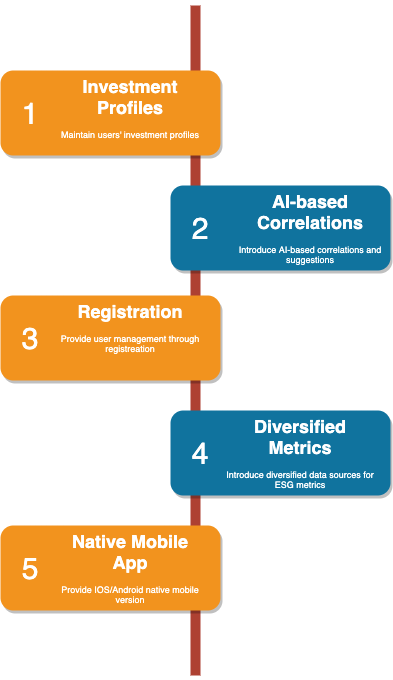
This is docs/roadmap.png from corentinthomasset/call-for-code-2021, a draw.io export, as it was before one commit. Source tidied: cells renumbered, new cells last; positions are measured from the earlier drawing's top-left corner, leaving out a move shared by most shapes. The source it was exported from:
```xml
<mxGraphModel>
  <root>
    <mxCell id="0" />
    <mxCell id="1" parent="0" />
    <mxCell id="2" style="line;strokeWidth=10;direction=south;html=1;fillColor=none;fontSize=13;fontColor=#000000;align=center;strokeColor=#AE4132;" parent="1" vertex="1">
      <mxGeometry x="190" width="10" height="670" as="geometry" />
    </mxCell>
    <mxCell id="3" style="rounded=1;whiteSpace=wrap;html=1;strokeColor=none;strokeWidth=1;fillColor=#F2931E;fontSize=13;fontColor=#FFFFFF;align=center;gradientColor=none;gradientDirection=east;verticalAlign=top;shadow=1;" parent="1" vertex="1">
      <mxGeometry y="65" width="220" height="85" as="geometry" />
    </mxCell>
    <mxCell id="4" value="1" style="text;html=1;strokeColor=none;fillColor=none;align=center;verticalAlign=middle;whiteSpace=wrap;fontSize=30;fontColor=#FFFFFF;" parent="1" vertex="1">
      <mxGeometry x="10" y="98" width="40" height="20" as="geometry" />
    </mxCell>
    <mxCell id="5" style="rounded=1;whiteSpace=wrap;html=1;strokeColor=none;strokeWidth=1;fillColor=#10739E;fontSize=13;fontColor=#FFFFFF;align=center;gradientColor=none;gradientDirection=east;verticalAlign=top;shadow=1;" parent="1" vertex="1">
      <mxGeometry x="170" y="180" width="220" height="85" as="geometry" />
    </mxCell>
    <mxCell id="6" value="2" style="text;html=1;strokeColor=none;fillColor=none;align=center;verticalAlign=middle;whiteSpace=wrap;fontSize=30;fontColor=#FFFFFF;" parent="1" vertex="1">
      <mxGeometry x="180" y="213" width="40" height="20" as="geometry" />
    </mxCell>
    <mxCell id="7" style="rounded=1;whiteSpace=wrap;html=1;strokeColor=none;strokeWidth=1;fillColor=#F2931E;fontSize=13;fontColor=#FFFFFF;align=center;gradientColor=none;gradientDirection=east;verticalAlign=top;shadow=1;" parent="1" vertex="1">
      <mxGeometry y="290" width="220" height="85" as="geometry" />
    </mxCell>
    <mxCell id="8" value="3" style="text;html=1;strokeColor=none;fillColor=none;align=center;verticalAlign=middle;whiteSpace=wrap;fontSize=30;fontColor=#FFFFFF;" parent="1" vertex="1">
      <mxGeometry x="10" y="323" width="40" height="20" as="geometry" />
    </mxCell>
    <mxCell id="9" style="rounded=1;whiteSpace=wrap;html=1;strokeColor=none;strokeWidth=1;fillColor=#10739E;fontSize=13;fontColor=#FFFFFF;align=center;gradientColor=none;gradientDirection=east;verticalAlign=top;shadow=1;" parent="1" vertex="1">
      <mxGeometry x="170" y="405" width="220" height="85" as="geometry" />
    </mxCell>
    <mxCell id="10" value="4" style="text;html=1;strokeColor=none;fillColor=none;align=center;verticalAlign=middle;whiteSpace=wrap;fontSize=30;fontColor=#FFFFFF;" parent="1" vertex="1">
      <mxGeometry x="180" y="438" width="40" height="20" as="geometry" />
    </mxCell>
    <mxCell id="11" style="rounded=1;whiteSpace=wrap;html=1;strokeColor=none;strokeWidth=1;fillColor=#F2931E;fontSize=13;fontColor=#FFFFFF;align=center;gradientColor=none;gradientDirection=east;verticalAlign=top;shadow=1;" parent="1" vertex="1">
      <mxGeometry y="520" width="220" height="85" as="geometry" />
    </mxCell>
    <mxCell id="12" value="5" style="text;html=1;strokeColor=none;fillColor=none;align=center;verticalAlign=middle;whiteSpace=wrap;fontSize=30;fontColor=#FFFFFF;" parent="1" vertex="1">
      <mxGeometry x="10" y="553" width="40" height="20" as="geometry" />
    </mxCell>
    <mxCell id="13" value="&lt;h1&gt;Investment Profiles&lt;/h1&gt;&lt;p&gt;Maintain users' investment profiles&lt;/p&gt;" style="text;html=1;spacing=5;spacingTop=-20;whiteSpace=wrap;overflow=hidden;strokeColor=none;strokeWidth=4;fillColor=none;gradientColor=#007FFF;fontSize=9;fontColor=#FFFFFF;align=center;" parent="1" vertex="1">
      <mxGeometry x="50" y="69" width="160" height="77" as="geometry" />
    </mxCell>
    <mxCell id="14" value="&lt;h1&gt;AI-based Correlations&lt;/h1&gt;&lt;p&gt;Introduce AI-based correlations and suggestions&lt;/p&gt;" style="text;html=1;spacing=5;spacingTop=-20;whiteSpace=wrap;overflow=hidden;strokeColor=none;strokeWidth=4;fillColor=none;gradientColor=#007FFF;fontSize=9;fontColor=#FFFFFF;align=center;" parent="1" vertex="1">
      <mxGeometry x="230" y="184" width="160" height="77" as="geometry" />
    </mxCell>
    <mxCell id="15" value="&lt;h1&gt;Registration&lt;/h1&gt;&lt;p&gt;Provide user management through registreation&lt;/p&gt;" style="text;html=1;spacing=5;spacingTop=-20;whiteSpace=wrap;overflow=hidden;strokeColor=none;strokeWidth=4;fillColor=none;gradientColor=#007FFF;fontSize=9;fontColor=#FFFFFF;align=center;" parent="1" vertex="1">
      <mxGeometry x="50" y="294" width="160" height="77" as="geometry" />
    </mxCell>
    <mxCell id="16" value="&lt;h1&gt;Diversified Metrics&lt;/h1&gt;&lt;p&gt;Introduce diversified data sources for ESG metrics&lt;/p&gt;" style="text;html=1;spacing=5;spacingTop=-20;whiteSpace=wrap;overflow=hidden;strokeColor=none;strokeWidth=4;fillColor=none;gradientColor=#007FFF;fontSize=9;fontColor=#FFFFFF;align=center;" parent="1" vertex="1">
      <mxGeometry x="220" y="409" width="160" height="77" as="geometry" />
    </mxCell>
    <mxCell id="17" value="&lt;h1&gt;Native Mobile App&lt;/h1&gt;&lt;p&gt;Provide IOS/Android native mobile version&lt;/p&gt;" style="text;html=1;spacing=5;spacingTop=-20;whiteSpace=wrap;overflow=hidden;strokeColor=none;strokeWidth=4;fillColor=none;gradientColor=#007FFF;fontSize=9;fontColor=#FFFFFF;align=center;" parent="1" vertex="1">
      <mxGeometry x="50" y="524" width="160" height="77" as="geometry" />
    </mxCell>
  </root>
</mxGraphModel>
```
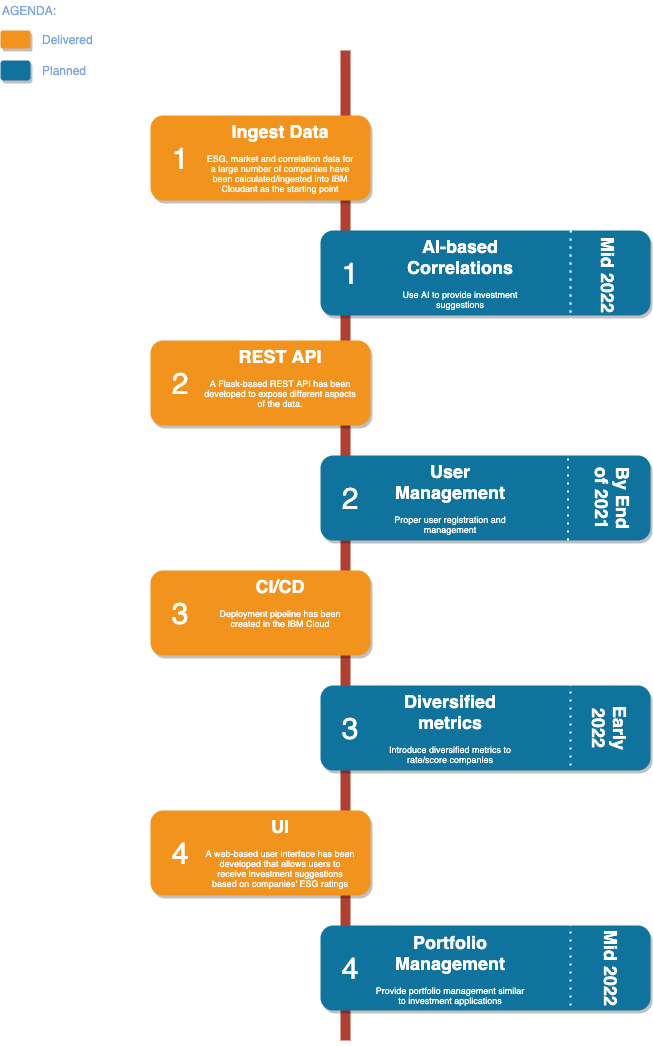
After the commit.

Commit message:
Complete missing sections

The edit, as a diff of the source:
```diff
@@ -3,7 +3,7 @@
     <mxCell id="0" />
     <mxCell id="1" parent="0" />
     <mxCell id="2" style="line;strokeWidth=10;direction=south;html=1;fillColor=none;fontSize=13;fontColor=#000000;align=center;strokeColor=#AE4132;" parent="1" vertex="1">
-      <mxGeometry x="190" width="10" height="670" as="geometry" />
+      <mxGeometry x="190" width="10" height="990" as="geometry" />
     </mxCell>
     <mxCell id="3" style="rounded=1;whiteSpace=wrap;html=1;strokeColor=none;strokeWidth=1;fillColor=#F2931E;fontSize=13;fontColor=#FFFFFF;align=center;gradientColor=none;gradientDirection=east;verticalAlign=top;shadow=1;" parent="1" vertex="1">
       <mxGeometry y="65" width="220" height="85" as="geometry" />
@@ -12,43 +12,117 @@
       <mxGeometry x="10" y="98" width="40" height="20" as="geometry" />
     </mxCell>
     <mxCell id="5" style="rounded=1;whiteSpace=wrap;html=1;strokeColor=none;strokeWidth=1;fillColor=#10739E;fontSize=13;fontColor=#FFFFFF;align=center;gradientColor=none;gradientDirection=east;verticalAlign=top;shadow=1;" parent="1" vertex="1">
-      <mxGeometry x="170" y="180" width="220" height="85" as="geometry" />
+      <mxGeometry x="170" y="180" width="330" height="85" as="geometry" />
     </mxCell>
-    <mxCell id="6" value="2" style="text;html=1;strokeColor=none;fillColor=none;align=center;verticalAlign=middle;whiteSpace=wrap;fontSize=30;fontColor=#FFFFFF;" parent="1" vertex="1">
+    <mxCell id="6" value="1" style="text;html=1;strokeColor=none;fillColor=none;align=center;verticalAlign=middle;whiteSpace=wrap;fontSize=30;fontColor=#FFFFFF;" parent="1" vertex="1">
       <mxGeometry x="180" y="213" width="40" height="20" as="geometry" />
     </mxCell>
     <mxCell id="7" style="rounded=1;whiteSpace=wrap;html=1;strokeColor=none;strokeWidth=1;fillColor=#F2931E;fontSize=13;fontColor=#FFFFFF;align=center;gradientColor=none;gradientDirection=east;verticalAlign=top;shadow=1;" parent="1" vertex="1">
       <mxGeometry y="290" width="220" height="85" as="geometry" />
     </mxCell>
-    <mxCell id="8" value="3" style="text;html=1;strokeColor=none;fillColor=none;align=center;verticalAlign=middle;whiteSpace=wrap;fontSize=30;fontColor=#FFFFFF;" parent="1" vertex="1">
+    <mxCell id="8" value="2" style="text;html=1;strokeColor=none;fillColor=none;align=center;verticalAlign=middle;whiteSpace=wrap;fontSize=30;fontColor=#FFFFFF;" parent="1" vertex="1">
       <mxGeometry x="10" y="323" width="40" height="20" as="geometry" />
     </mxCell>
     <mxCell id="9" style="rounded=1;whiteSpace=wrap;html=1;strokeColor=none;strokeWidth=1;fillColor=#10739E;fontSize=13;fontColor=#FFFFFF;align=center;gradientColor=none;gradientDirection=east;verticalAlign=top;shadow=1;" parent="1" vertex="1">
-      <mxGeometry x="170" y="405" width="220" height="85" as="geometry" />
+      <mxGeometry x="170" y="405" width="330" height="85" as="geometry" />
     </mxCell>
-    <mxCell id="10" value="4" style="text;html=1;strokeColor=none;fillColor=none;align=center;verticalAlign=middle;whiteSpace=wrap;fontSize=30;fontColor=#FFFFFF;" parent="1" vertex="1">
+    <mxCell id="10" value="2" style="text;html=1;strokeColor=none;fillColor=none;align=center;verticalAlign=middle;whiteSpace=wrap;fontSize=30;fontColor=#FFFFFF;" parent="1" vertex="1">
       <mxGeometry x="180" y="438" width="40" height="20" as="geometry" />
     </mxCell>
     <mxCell id="11" style="rounded=1;whiteSpace=wrap;html=1;strokeColor=none;strokeWidth=1;fillColor=#F2931E;fontSize=13;fontColor=#FFFFFF;align=center;gradientColor=none;gradientDirection=east;verticalAlign=top;shadow=1;" parent="1" vertex="1">
       <mxGeometry y="520" width="220" height="85" as="geometry" />
     </mxCell>
-    <mxCell id="12" value="5" style="text;html=1;strokeColor=none;fillColor=none;align=center;verticalAlign=middle;whiteSpace=wrap;fontSize=30;fontColor=#FFFFFF;" parent="1" vertex="1">
+    <mxCell id="12" value="3" style="text;html=1;strokeColor=none;fillColor=none;align=center;verticalAlign=middle;whiteSpace=wrap;fontSize=30;fontColor=#FFFFFF;" parent="1" vertex="1">
       <mxGeometry x="10" y="553" width="40" height="20" as="geometry" />
     </mxCell>
+    <mxCell id="18" style="rounded=1;whiteSpace=wrap;html=1;strokeColor=none;strokeWidth=1;fillColor=#10739E;fontSize=13;fontColor=#FFFFFF;align=center;gradientColor=none;gradientDirection=east;verticalAlign=top;shadow=1;" parent="1" vertex="1">
+      <mxGeometry x="170" y="635" width="330" height="85" as="geometry" />
+    </mxCell>
+    <mxCell id="19" value="3" style="text;html=1;strokeColor=none;fillColor=none;align=center;verticalAlign=middle;whiteSpace=wrap;fontSize=30;fontColor=#FFFFFF;" parent="1" vertex="1">
+      <mxGeometry x="180" y="668" width="40" height="20" as="geometry" />
+    </mxCell>
+    <mxCell id="20" style="rounded=1;whiteSpace=wrap;html=1;strokeColor=none;strokeWidth=1;fillColor=#F2931E;fontSize=13;fontColor=#FFFFFF;align=center;gradientColor=none;gradientDirection=east;verticalAlign=top;shadow=1;" parent="1" vertex="1">
+      <mxGeometry y="760" width="220" height="85" as="geometry" />
+    </mxCell>
+    <mxCell id="21" value="4" style="text;html=1;strokeColor=none;fillColor=none;align=center;verticalAlign=middle;whiteSpace=wrap;fontSize=30;fontColor=#FFFFFF;" parent="1" vertex="1">
+      <mxGeometry x="10" y="793" width="40" height="20" as="geometry" />
+    </mxCell>
+    <mxCell id="22" style="rounded=1;whiteSpace=wrap;html=1;strokeColor=none;strokeWidth=1;fillColor=#10739E;fontSize=13;fontColor=#FFFFFF;align=center;gradientColor=none;gradientDirection=east;verticalAlign=top;shadow=1;" parent="1" vertex="1">
+      <mxGeometry x="170" y="875" width="330" height="85" as="geometry" />
+    </mxCell>
+    <mxCell id="23" value="4" style="text;html=1;strokeColor=none;fillColor=none;align=center;verticalAlign=middle;whiteSpace=wrap;fontSize=30;fontColor=#FFFFFF;" parent="1" vertex="1">
+      <mxGeometry x="180" y="908" width="40" height="20" as="geometry" />
+    </mxCell>
-    <mxCell id="13" value="&lt;h1&gt;Investment Profiles&lt;/h1&gt;&lt;p&gt;Maintain users' investment profiles&lt;/p&gt;" style="text;html=1;spacing=5;spacingTop=-20;whiteSpace=wrap;overflow=hidden;strokeColor=none;strokeWidth=4;fillColor=none;gradientColor=#007FFF;fontSize=9;fontColor=#FFFFFF;align=center;" parent="1" vertex="1">
+    <mxCell id="13" value="&lt;h1&gt;Ingest Data&lt;/h1&gt;&lt;p&gt;ESG, market and correlation data for a large number of companies have been calculated/ingested into IBM Cloudant as the starting point&lt;/p&gt;" style="text;html=1;spacing=5;spacingTop=-20;whiteSpace=wrap;overflow=hidden;strokeColor=none;strokeWidth=4;fillColor=none;gradientColor=#007FFF;fontSize=9;fontColor=#FFFFFF;align=center;" parent="1" vertex="1">
       <mxGeometry x="50" y="69" width="160" height="77" as="geometry" />
     </mxCell>
-    <mxCell id="14" value="&lt;h1&gt;AI-based Correlations&lt;/h1&gt;&lt;p&gt;Introduce AI-based correlations and suggestions&lt;/p&gt;" style="text;html=1;spacing=5;spacingTop=-20;whiteSpace=wrap;overflow=hidden;strokeColor=none;strokeWidth=4;fillColor=none;gradientColor=#007FFF;fontSize=9;fontColor=#FFFFFF;align=center;" parent="1" vertex="1">
+    <mxCell id="14" value="&lt;h1&gt;AI-based Correlations&lt;/h1&gt;&lt;p&gt;Use AI to provide investment suggestions&lt;/p&gt;" style="text;html=1;spacing=5;spacingTop=-20;whiteSpace=wrap;overflow=hidden;strokeColor=none;strokeWidth=4;fillColor=none;gradientColor=#007FFF;fontSize=9;fontColor=#FFFFFF;align=center;" parent="1" vertex="1">
       <mxGeometry x="230" y="184" width="160" height="77" as="geometry" />
     </mxCell>
-    <mxCell id="15" value="&lt;h1&gt;Registration&lt;/h1&gt;&lt;p&gt;Provide user management through registreation&lt;/p&gt;" style="text;html=1;spacing=5;spacingTop=-20;whiteSpace=wrap;overflow=hidden;strokeColor=none;strokeWidth=4;fillColor=none;gradientColor=#007FFF;fontSize=9;fontColor=#FFFFFF;align=center;" parent="1" vertex="1">
+    <mxCell id="15" value="&lt;h1&gt;REST API&lt;/h1&gt;&lt;p&gt;A Flask-based REST API has been developed to expose different aspects of the data.&lt;/p&gt;" style="text;html=1;spacing=5;spacingTop=-20;whiteSpace=wrap;overflow=hidden;strokeColor=none;strokeWidth=4;fillColor=none;gradientColor=#007FFF;fontSize=9;fontColor=#FFFFFF;align=center;" parent="1" vertex="1">
       <mxGeometry x="50" y="294" width="160" height="77" as="geometry" />
     </mxCell>
-    <mxCell id="16" value="&lt;h1&gt;Diversified Metrics&lt;/h1&gt;&lt;p&gt;Introduce diversified data sources for ESG metrics&lt;/p&gt;" style="text;html=1;spacing=5;spacingTop=-20;whiteSpace=wrap;overflow=hidden;strokeColor=none;strokeWidth=4;fillColor=none;gradientColor=#007FFF;fontSize=9;fontColor=#FFFFFF;align=center;" parent="1" vertex="1">
+    <mxCell id="16" value="&lt;h1&gt;User Management&lt;/h1&gt;&lt;p&gt;Proper user registration and management&lt;/p&gt;" style="text;html=1;spacing=5;spacingTop=-20;whiteSpace=wrap;overflow=hidden;strokeColor=none;strokeWidth=4;fillColor=none;gradientColor=#007FFF;fontSize=9;fontColor=#FFFFFF;align=center;" parent="1" vertex="1">
       <mxGeometry x="220" y="409" width="160" height="77" as="geometry" />
     </mxCell>
-    <mxCell id="17" value="&lt;h1&gt;Native Mobile App&lt;/h1&gt;&lt;p&gt;Provide IOS/Android native mobile version&lt;/p&gt;" style="text;html=1;spacing=5;spacingTop=-20;whiteSpace=wrap;overflow=hidden;strokeColor=none;strokeWidth=4;fillColor=none;gradientColor=#007FFF;fontSize=9;fontColor=#FFFFFF;align=center;" parent="1" vertex="1">
+    <mxCell id="17" value="&lt;h1&gt;CI/CD&lt;/h1&gt;&lt;p&gt;Deployment pipeline has been created in the IBM Cloud&lt;/p&gt;" style="text;html=1;spacing=5;spacingTop=-20;whiteSpace=wrap;overflow=hidden;strokeColor=none;strokeWidth=4;fillColor=none;gradientColor=#007FFF;fontSize=9;fontColor=#FFFFFF;align=center;" parent="1" vertex="1">
       <mxGeometry x="50" y="524" width="160" height="77" as="geometry" />
     </mxCell>
+    <mxCell id="24" value="&lt;h1&gt;Diversified metrics&lt;/h1&gt;&lt;p&gt;Introduce diversified metrics to rate/score companies&lt;/p&gt;" style="text;html=1;spacing=5;spacingTop=-20;whiteSpace=wrap;overflow=hidden;strokeColor=none;strokeWidth=4;fillColor=none;gradientColor=#007FFF;fontSize=9;fontColor=#FFFFFF;align=center;" parent="1" vertex="1">
+      <mxGeometry x="220" y="639" width="160" height="77" as="geometry" />
+    </mxCell>
+    <mxCell id="25" value="&lt;h1&gt;UI&lt;/h1&gt;&lt;p&gt;A web-based user interface has been developed that allows users to receive investment suggestions based on companies' ESG ratings&lt;/p&gt;" style="text;html=1;spacing=5;spacingTop=-20;whiteSpace=wrap;overflow=hidden;strokeColor=none;strokeWidth=4;fillColor=none;gradientColor=#007FFF;fontSize=9;fontColor=#FFFFFF;align=center;" parent="1" vertex="1">
+      <mxGeometry x="50" y="764" width="160" height="77" as="geometry" />
+    </mxCell>
+    <mxCell id="26" value="&lt;h1&gt;Portfolio Management&lt;/h1&gt;&lt;p&gt;Provide portfolio management similar to investment applications&lt;/p&gt;" style="text;html=1;spacing=5;spacingTop=-20;whiteSpace=wrap;overflow=hidden;strokeColor=none;strokeWidth=4;fillColor=none;gradientColor=#007FFF;fontSize=9;fontColor=#FFFFFF;align=center;" parent="1" vertex="1">
+      <mxGeometry x="220" y="880" width="160" height="77" as="geometry" />
+    </mxCell>
+    <mxCell id="27" value="AGENDA:" style="text;html=1;align=left;verticalAlign=middle;fontColor=#7EA6E0;" parent="1" vertex="1">
+      <mxGeometry x="-150" y="-50" width="70" height="20" as="geometry" />
+    </mxCell>
+    <mxCell id="28" style="rounded=1;whiteSpace=wrap;html=1;strokeColor=none;strokeWidth=1;fillColor=#F2931E;fontSize=13;align=left;gradientColor=none;gradientDirection=east;verticalAlign=middle;shadow=1;labelPosition=right;verticalLabelPosition=middle;fontColor=#7EA6E0;textDirection=ltr;horizontal=1;" parent="1" vertex="1">
+      <mxGeometry x="-150" y="-20" width="30" height="18" as="geometry" />
+    </mxCell>
+    <mxCell id="29" style="rounded=1;whiteSpace=wrap;html=1;strokeColor=none;strokeWidth=1;fillColor=#10739E;fontSize=13;fontColor=#FFFFFF;align=center;gradientColor=none;gradientDirection=east;verticalAlign=top;shadow=1;" parent="1" vertex="1">
+      <mxGeometry x="-150" y="10" width="30" height="20" as="geometry" />
+    </mxCell>
+    <mxCell id="30" value="Delivered" style="text;html=1;align=left;verticalAlign=middle;fontColor=#7EA6E0;" parent="1" vertex="1">
+      <mxGeometry x="-110" y="-21" width="70" height="20" as="geometry" />
+    </mxCell>
+    <mxCell id="31" value="Planned" style="text;html=1;align=left;verticalAlign=middle;fontColor=#7EA6E0;" parent="1" vertex="1">
+      <mxGeometry x="-110" y="10" width="60" height="20" as="geometry" />
+    </mxCell>
+    <mxCell id="32" style="endArrow=none;dashed=1;html=1;dashPattern=1 3;strokeWidth=2;fontColor=#7EA6E0;labelBorderColor=#FFFFFF;strokeColor=#FFFFFF;entryX=0.75;entryY=0;entryDx=0;entryDy=0;exitX=0.75;exitY=1;exitDx=0;exitDy=0;" parent="1" edge="1" source="9" target="9">
+      <mxGeometry relative="1" as="geometry" />
+    </mxCell>
+    <mxCell id="33" style="endArrow=none;dashed=1;html=1;dashPattern=1 3;strokeWidth=2;fontColor=#7EA6E0;labelBorderColor=#FFFFFF;strokeColor=#FFFFFF;entryX=0.758;entryY=0;entryDx=0;entryDy=0;entryPerimeter=0;" parent="1" edge="1" target="5">
+      <mxGeometry relative="1" as="geometry">
+        <mxPoint x="420" y="270" as="sourcePoint" />
+      </mxGeometry>
+    </mxCell>
+    <mxCell id="34" style="endArrow=none;dashed=1;html=1;dashPattern=1 3;strokeWidth=2;fontColor=#7EA6E0;labelBorderColor=#FFFFFF;strokeColor=#FFFFFF;entryX=0.75;entryY=0;entryDx=0;entryDy=0;exitX=0.75;exitY=1;exitDx=0;exitDy=0;" parent="1" edge="1">
+      <mxGeometry relative="1" as="geometry">
+        <mxPoint x="420" y="715" as="sourcePoint" />
+        <mxPoint x="420" y="630" as="targetPoint" />
+      </mxGeometry>
+    </mxCell>
+    <mxCell id="35" style="endArrow=none;dashed=1;html=1;dashPattern=1 3;strokeWidth=2;fontColor=#7EA6E0;labelBorderColor=#FFFFFF;strokeColor=#FFFFFF;entryX=0.75;entryY=0;entryDx=0;entryDy=0;exitX=0.75;exitY=1;exitDx=0;exitDy=0;" parent="1" edge="1">
+      <mxGeometry relative="1" as="geometry">
+        <mxPoint x="420" y="955" as="sourcePoint" />
+        <mxPoint x="420" y="870" as="targetPoint" />
+      </mxGeometry>
+    </mxCell>
+    <mxCell id="36" value="&lt;h1&gt;Mid 2022&lt;/h1&gt;" style="text;html=1;spacing=5;spacingTop=-20;whiteSpace=wrap;overflow=hidden;strokeColor=none;strokeWidth=4;fillColor=none;gradientColor=#007FFF;fontSize=9;fontColor=#FFFFFF;align=center;rotation=90;" parent="1" vertex="1">
+      <mxGeometry x="410" y="210" width="90" height="30" as="geometry" />
+    </mxCell>
+    <mxCell id="37" value="&lt;h1&gt;By End of 2021&lt;/h1&gt;" style="text;html=1;spacing=5;spacingTop=-20;whiteSpace=wrap;overflow=hidden;strokeColor=none;strokeWidth=4;fillColor=none;gradientColor=#007FFF;fontSize=9;fontColor=#FFFFFF;align=center;rotation=90;" parent="1" vertex="1">
+      <mxGeometry x="413.5" y="421.5" width="90" height="53" as="geometry" />
+    </mxCell>
+    <mxCell id="38" value="&lt;h1&gt;Early 2022&lt;/h1&gt;" style="text;html=1;spacing=5;spacingTop=-20;whiteSpace=wrap;overflow=hidden;strokeColor=none;strokeWidth=4;fillColor=none;gradientColor=#007FFF;fontSize=9;fontColor=#FFFFFF;align=center;rotation=90;" parent="1" vertex="1">
+      <mxGeometry x="416.2" y="656.2" width="90" height="42.5" as="geometry" />
+    </mxCell>
+    <mxCell id="39" value="&lt;h1&gt;Mid 2022&lt;/h1&gt;" style="text;html=1;spacing=5;spacingTop=-20;whiteSpace=wrap;overflow=hidden;strokeColor=none;strokeWidth=4;fillColor=none;gradientColor=#007FFF;fontSize=9;fontColor=#FFFFFF;align=center;rotation=90;" parent="1" vertex="1">
+      <mxGeometry x="413.5" y="902.5" width="90" height="30" as="geometry" />
+    </mxCell>
   </root>
 </mxGraphModel>
```
